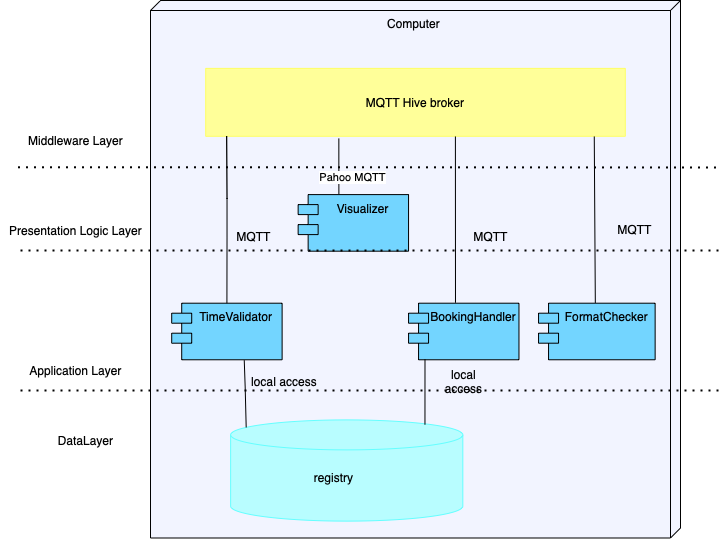
This is assets/Deployment diagram.png from adammuntasir/DIT355-Mini-Project-Distributed-Systems-Development-team-8-project, a draw.io export, as it was before one commit. Source tidied: cells renumbered, new cells last; positions are measured from the earlier drawing's top-left corner, leaving out a move shared by most shapes.
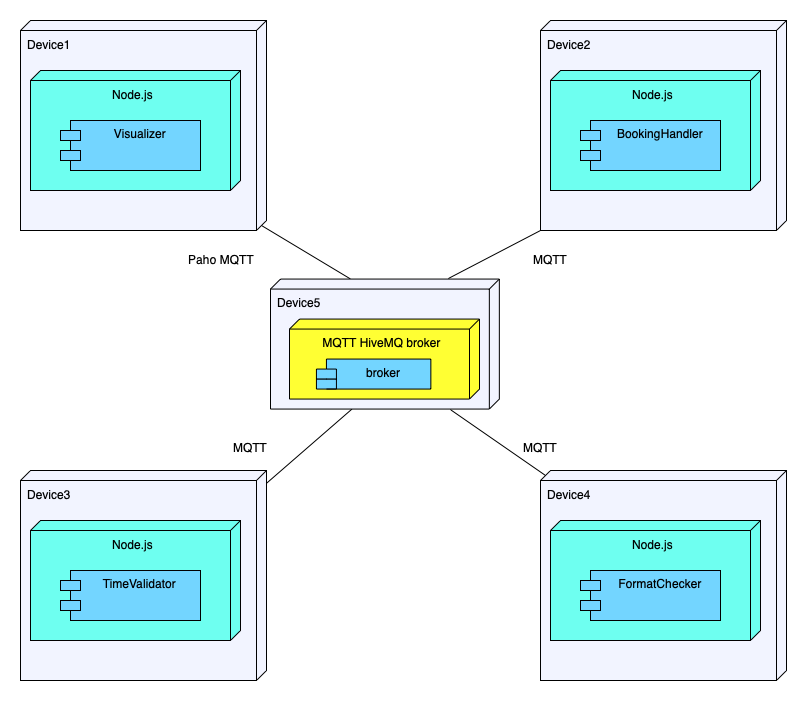
The same diagram one commit later.

Commit message:
deployment diagram updated

Change to the diagram source:
```diff
@@ -2,124 +2,84 @@
   <root>
     <mxCell id="0" />
     <mxCell id="1" parent="0" />
-    <mxCell id="2" value="&amp;nbsp; &amp;nbsp; &amp;nbsp; &amp;nbsp; &amp;nbsp; &amp;nbsp; &amp;nbsp; &amp;nbsp; &amp;nbsp; &amp;nbsp; &amp;nbsp; &amp;nbsp; &amp;nbsp; &amp;nbsp; &amp;nbsp; &amp;nbsp; &amp;nbsp; &amp;nbsp; &amp;nbsp; &amp;nbsp; &amp;nbsp; &amp;nbsp; &amp;nbsp; &amp;nbsp; &amp;nbsp; &amp;nbsp; &amp;nbsp; &amp;nbsp; &amp;nbsp; &amp;nbsp; &amp;nbsp; &amp;nbsp; &amp;nbsp; &amp;nbsp; &amp;nbsp;Computer" style="verticalAlign=top;align=left;shape=cube;size=10;direction=south;fontStyle=0;html=1;boundedLbl=1;spacingLeft=5;fillColor=#F2F4FF;" parent="1" vertex="1">
-      <mxGeometry x="150" width="530" height="537.5" as="geometry" />
-    </mxCell>
-    <mxCell id="3" value="MQTT Hive broker" style="rounded=0;whiteSpace=wrap;html=1;strokeColor=#FFFF66;fillColor=#FFFF99;" parent="2" vertex="1">
-      <mxGeometry x="55.2" y="67.9" width="419.6" height="67.9" as="geometry" />
-    </mxCell>
+    <mxCell id="29" value="Device4" style="verticalAlign=top;align=left;shape=cube;size=10;direction=south;fontStyle=0;html=1;boundedLbl=1;spacingLeft=5;fillColor=#F2F4FF;" parent="1" vertex="1">
+      <mxGeometry x="490" y="420" width="246" height="210" as="geometry" />
+    </mxCell>
+    <mxCell id="30" value="Node.js" style="verticalAlign=top;align=center;shape=cube;size=10;direction=south;html=1;boundedLbl=1;spacingLeft=5;fillColor=#6EFFF0;" parent="29" vertex="1">
+      <mxGeometry width="210" height="120" relative="1" as="geometry">
+        <mxPoint x="10" y="50" as="offset" />
+      </mxGeometry>
+    </mxCell>
+    <mxCell id="7" value="FormatChecker" style="shape=module;align=left;spacingLeft=20;align=center;verticalAlign=top;fillColor=#73D5FF;" parent="29" vertex="1">
+      <mxGeometry x="40" y="100" width="140" height="50" as="geometry" />
+    </mxCell>
+    <mxCell id="31" style="endArrow=none;html=1;rounded=0;entryX=1;entryY=1;entryDx=0;entryDy=0;entryPerimeter=0;exitX=-0.004;exitY=0.223;exitDx=0;exitDy=0;exitPerimeter=0;" parent="1" edge="1" source="37" target="44">
+      <mxGeometry relative="1" as="geometry" />
+    </mxCell>
+    <mxCell id="32" style="endArrow=none;html=1;rounded=0;exitX=0.063;exitY=0.002;exitDx=0;exitDy=0;exitPerimeter=0;entryX=0.997;entryY=0.642;entryDx=0;entryDy=0;entryPerimeter=0;" parent="1" edge="1" source="40" target="37">
+      <mxGeometry relative="1" as="geometry" />
+    </mxCell>
+    <mxCell id="33" style="endArrow=none;html=1;rounded=0;entryX=0;entryY=0.65;entryDx=0;entryDy=0;entryPerimeter=0;exitX=0;exitY=0;exitDx=205;exitDy=5;exitPerimeter=0;" parent="1" edge="1" source="42" target="37">
+      <mxGeometry relative="1" as="geometry" />
+    </mxCell>
+    <mxCell id="34" style="endArrow=none;html=1;rounded=0;entryX=0;entryY=0;entryDx=5;entryDy=241;entryPerimeter=0;exitX=1.004;exitY=0.214;exitDx=0;exitDy=0;exitPerimeter=0;" parent="1" edge="1" source="37" target="29">
+      <mxGeometry relative="1" as="geometry" />
+    </mxCell>
+    <mxCell id="35" value="Paho MQTT" style="text;html=1;strokeColor=none;fillColor=none;align=center;verticalAlign=middle;whiteSpace=wrap;rounded=0;rotation=0;" parent="1" vertex="1">
+      <mxGeometry x="136" y="190" width="70" height="38.6" as="geometry" />
+    </mxCell>
+    <mxCell id="36" value="MQTT" style="text;html=1;strokeColor=none;fillColor=none;align=center;verticalAlign=middle;whiteSpace=wrap;rounded=0;rotation=0;" parent="1" vertex="1">
+      <mxGeometry x="170" y="390" width="60" height="14" as="geometry" />
+    </mxCell>
+    <mxCell id="37" value="Device5" style="verticalAlign=top;align=left;shape=cube;size=10;direction=south;fontStyle=0;html=1;boundedLbl=1;spacingLeft=5;fillColor=#F2F4FF;" parent="1" vertex="1">
+      <mxGeometry x="220" y="228.6" width="228.8" height="130" as="geometry" />
+    </mxCell>
+    <mxCell id="38" value="MQTT HiveMQ broker" style="verticalAlign=top;align=center;shape=cube;size=10;direction=south;html=1;boundedLbl=1;spacingLeft=5;fillColor=#FFFF33;" parent="37" vertex="1">
+      <mxGeometry width="190" height="80" relative="1" as="geometry">
+        <mxPoint x="19" y="40" as="offset" />
+      </mxGeometry>
+    </mxCell>
+    <mxCell id="39" value="broker" style="shape=module;align=left;spacingLeft=20;align=center;verticalAlign=top;fillColor=#73D5FF;" parent="37" vertex="1">
+      <mxGeometry x="45.9" y="80" width="114.4" height="30" as="geometry" />
+    </mxCell>
+    <mxCell id="40" value="Device3" style="verticalAlign=top;align=left;shape=cube;size=10;direction=south;fontStyle=0;html=1;boundedLbl=1;spacingLeft=5;fillColor=#F2F4FF;" parent="1" vertex="1">
+      <mxGeometry x="-30" y="420" width="246" height="210" as="geometry" />
+    </mxCell>
+    <mxCell id="41" value="Node.js" style="verticalAlign=top;align=center;shape=cube;size=10;direction=south;html=1;boundedLbl=1;spacingLeft=5;fillColor=#6EFFF0;" parent="40" vertex="1">
+      <mxGeometry width="210" height="120" relative="1" as="geometry">
+        <mxPoint x="10" y="50" as="offset" />
+      </mxGeometry>
+    </mxCell>
+    <mxCell id="6" value="TimeValidator" style="shape=module;align=left;spacingLeft=20;align=center;verticalAlign=top;fillColor=#73D5FF;" parent="40" vertex="1">
+      <mxGeometry x="40" y="100" width="140" height="50" as="geometry" />
+    </mxCell>
+    <mxCell id="42" value="Device1" style="verticalAlign=top;align=left;shape=cube;size=10;direction=south;fontStyle=0;html=1;boundedLbl=1;spacingLeft=5;fillColor=#F2F4FF;" parent="1" vertex="1">
+      <mxGeometry x="-30" y="-30" width="246" height="210" as="geometry" />
+    </mxCell>
+    <mxCell id="43" value="Node.js" style="verticalAlign=top;align=center;shape=cube;size=10;direction=south;html=1;boundedLbl=1;spacingLeft=5;fillColor=#6EFFF0;" parent="42" vertex="1">
+      <mxGeometry width="210" height="120" relative="1" as="geometry">
+        <mxPoint x="10" y="50" as="offset" />
+      </mxGeometry>
+    </mxCell>
-    <mxCell id="4" value="Visualizer" style="shape=module;align=left;spacingLeft=20;align=center;verticalAlign=top;fillColor=#73D5FF;" parent="2" vertex="1">
-      <mxGeometry x="147.6" y="194.1" width="110.4" height="56.6" as="geometry" />
+    <mxCell id="4" value="Visualizer" style="shape=module;align=left;spacingLeft=20;align=center;verticalAlign=top;fillColor=#73D5FF;" parent="42" vertex="1">
+      <mxGeometry x="40" y="100" width="140" height="50" as="geometry" />
     </mxCell>
-    <mxCell id="5" style="endArrow=none;html=1;rounded=0;entryX=0.369;entryY=-0.01;entryDx=0;entryDy=0;entryPerimeter=0;" parent="2" edge="1" target="4">
-      <mxGeometry relative="1" as="geometry">
-        <mxPoint x="188.3" y="137.9" as="sourcePoint" />
-        <Array as="points">
-          <mxPoint x="188.3" y="166.8" />
-        </Array>
-      </mxGeometry>
-    </mxCell>
-    <mxCell id="6" value="TimeValidator" style="shape=module;align=left;spacingLeft=20;align=center;verticalAlign=top;fillColor=#73D5FF;" parent="2" vertex="1">
-      <mxGeometry x="21.2" y="302.7" width="110.4" height="56.6" as="geometry" />
-    </mxCell>
-    <mxCell id="7" value="FormatChecker" style="shape=module;align=left;spacingLeft=20;align=center;verticalAlign=top;fillColor=#73D5FF;" parent="2" vertex="1">
-      <mxGeometry x="388" y="302.7" width="116.6" height="56.6" as="geometry" />
-    </mxCell>
+    <mxCell id="44" value="Device2" style="verticalAlign=top;align=left;shape=cube;size=10;direction=south;fontStyle=0;html=1;boundedLbl=1;spacingLeft=5;fillColor=#F2F4FF;" parent="1" vertex="1">
+      <mxGeometry x="490" y="-30" width="246" height="210" as="geometry" />
+    </mxCell>
+    <mxCell id="45" value="Node.js" style="verticalAlign=top;align=center;shape=cube;size=10;direction=south;html=1;boundedLbl=1;spacingLeft=5;fillColor=#6EFFF0;" parent="44" vertex="1">
+      <mxGeometry width="210" height="120" relative="1" as="geometry">
+        <mxPoint x="10" y="50" as="offset" />
+      </mxGeometry>
+    </mxCell>
-    <mxCell id="8" value="BookingHandler" style="shape=module;align=left;spacingLeft=20;align=center;verticalAlign=top;fillColor=#73D5FF;" parent="2" vertex="1">
-      <mxGeometry x="258.1" y="302.7" width="110.4" height="56.6" as="geometry" />
+    <mxCell id="8" value="BookingHandler" style="shape=module;align=left;spacingLeft=20;align=center;verticalAlign=top;fillColor=#73D5FF;" parent="44" vertex="1">
+      <mxGeometry x="40" y="100" width="140" height="50" as="geometry" />
     </mxCell>
-    <mxCell id="9" style="endArrow=none;dashed=1;html=1;dashPattern=1 3;strokeWidth=2;rounded=0;" parent="2" edge="1">
-      <mxGeometry relative="1" as="geometry">
-        <mxPoint x="-132.5" y="166.8" as="sourcePoint" />
-        <mxPoint x="570" y="167" as="targetPoint" />
-        <Array as="points">
-          <mxPoint x="206.7" y="166.8" />
-        </Array>
-      </mxGeometry>
-    </mxCell>
-    <mxCell id="10" value="Pahoo MQTT" style="edgeLabel;html=1;align=center;verticalAlign=middle;" parent="9" vertex="1">
-      <mxGeometry x="0.13" y="-2" relative="1" as="geometry">
-        <mxPoint x="-61" y="8" as="offset" />
-      </mxGeometry>
-    </mxCell>
-    <mxCell id="11" style="endArrow=none;html=1;rounded=0;exitX=0.5;exitY=0;exitDx=0;exitDy=0;" parent="2" edge="1" source="6">
-      <mxGeometry relative="1" as="geometry">
-        <mxPoint x="76.5" y="198.3" as="targetPoint" />
-        <Array as="points">
-          <mxPoint x="76.5" y="236.8" />
-          <mxPoint x="76.5" y="198.3" />
-          <mxPoint x="76.2" y="135.8" />
-        </Array>
-      </mxGeometry>
-    </mxCell>
-    <mxCell id="12" style="endArrow=none;html=1;rounded=0;entryX=0.595;entryY=1.002;entryDx=0;entryDy=0;entryPerimeter=0;exitX=0.425;exitY=-0.007;exitDx=0;exitDy=0;exitPerimeter=0;" parent="2" edge="1" source="8" target="3">
-      <mxGeometry relative="1" as="geometry" />
-    </mxCell>
-    <mxCell id="13" style="endArrow=none;html=1;rounded=0;entryX=0.926;entryY=1.002;entryDx=0;entryDy=0;entryPerimeter=0;exitX=0.487;exitY=-0.004;exitDx=0;exitDy=0;exitPerimeter=0;" parent="2" edge="1" source="7" target="3">
-      <mxGeometry relative="1" as="geometry" />
-    </mxCell>
-    <mxCell id="14" value="MQTT" style="text;html=1;strokeColor=none;fillColor=none;align=center;verticalAlign=middle;whiteSpace=wrap;rounded=0;" parent="2" vertex="1">
-      <mxGeometry x="312.3" y="221.7" width="56.8" height="28.9" as="geometry" />
-    </mxCell>
-    <mxCell id="15" value="MQTT" style="text;html=1;strokeColor=none;fillColor=none;align=center;verticalAlign=middle;whiteSpace=wrap;rounded=0;" parent="2" vertex="1">
-      <mxGeometry x="74.8" y="221.7" width="56.8" height="28.9" as="geometry" />
-    </mxCell>
-    <mxCell id="16" value="MQTT" style="text;html=1;strokeColor=none;fillColor=none;align=center;verticalAlign=middle;whiteSpace=wrap;rounded=0;" parent="2" vertex="1">
-      <mxGeometry x="455.5" y="214.7" width="56.8" height="28.9" as="geometry" />
-    </mxCell>
-    <mxCell id="17" style="shape=cylinder3;whiteSpace=wrap;html=1;boundedLbl=1;backgroundOutline=1;size=15;strokeColor=#66FFFF;fillColor=#B8FDFF;" parent="2" vertex="1">
-      <mxGeometry x="80.1" y="419.4" width="232.2" height="101.2" as="geometry" />
-    </mxCell>
-    <mxCell id="18" value="registry" style="text;html=1;strokeColor=none;fillColor=none;align=center;verticalAlign=middle;whiteSpace=wrap;rounded=0;" parent="2" vertex="1">
-      <mxGeometry x="155.2" y="462.8" width="56.8" height="28.9" as="geometry" />
-    </mxCell>
-    <mxCell id="19" style="endArrow=none;html=1;rounded=0;entryX=0.657;entryY=1.006;entryDx=0;entryDy=0;entryPerimeter=0;exitX=0.067;exitY=0.075;exitDx=0;exitDy=0;exitPerimeter=0;" parent="2" edge="1" source="17" target="6">
-      <mxGeometry relative="1" as="geometry">
-        <Array as="points">
-          <mxPoint x="94.6" y="385.7" />
-        </Array>
-      </mxGeometry>
-    </mxCell>
-    <mxCell id="20" style="endArrow=none;html=1;rounded=0;entryX=0.149;entryY=0.989;entryDx=0;entryDy=0;entryPerimeter=0;" parent="2" edge="1" target="8">
-      <mxGeometry relative="1" as="geometry">
-        <mxPoint x="274.5" y="424.2" as="sourcePoint" />
-      </mxGeometry>
-    </mxCell>
-    <mxCell id="21" style="endArrow=none;dashed=1;html=1;dashPattern=1 3;strokeWidth=2;rounded=0;" parent="2" edge="1">
-      <mxGeometry relative="1" as="geometry">
-        <mxPoint x="-130" y="390" as="sourcePoint" />
-        <mxPoint x="572.5" y="390" as="targetPoint" />
-        <Array as="points">
-          <mxPoint x="212.9" y="390" />
-        </Array>
-      </mxGeometry>
-    </mxCell>
-    <mxCell id="22" value="local access" style="text;html=1;strokeColor=none;fillColor=none;align=center;verticalAlign=middle;whiteSpace=wrap;rounded=0;" parent="2" vertex="1">
-      <mxGeometry x="280.6" y="366.4" width="65.3" height="28.9" as="geometry" />
-    </mxCell>
-    <mxCell id="23" value="local access" style="text;html=1;strokeColor=none;fillColor=none;align=center;verticalAlign=middle;whiteSpace=wrap;rounded=0;" parent="2" vertex="1">
-      <mxGeometry x="94.6" y="366.4" width="77.6" height="28.9" as="geometry" />
-    </mxCell>
-    <mxCell id="24" value="Middleware Layer" style="text;html=1;align=center;verticalAlign=middle;strokeColor=none;fillColor=none;" parent="1" vertex="1">
-      <mxGeometry x="20" y="130" width="110" height="20" as="geometry" />
-    </mxCell>
-    <mxCell id="25" style="endArrow=none;dashed=1;html=1;dashPattern=1 3;strokeWidth=2;rounded=0;" parent="1" edge="1">
-      <mxGeometry relative="1" as="geometry">
-        <mxPoint x="20" y="250" as="sourcePoint" />
-        <mxPoint x="720" y="250" as="targetPoint" />
-        <Array as="points">
-          <mxPoint x="340" y="250" />
-        </Array>
-      </mxGeometry>
-    </mxCell>
-    <mxCell id="26" value="Presentation Logic Layer" style="text;html=1;align=center;verticalAlign=middle;strokeColor=none;fillColor=none;" parent="1" vertex="1">
-      <mxGeometry y="220" width="150" height="20" as="geometry" />
-    </mxCell>
-    <mxCell id="27" value="Application Layer" style="text;html=1;align=center;verticalAlign=middle;strokeColor=none;fillColor=none;" parent="1" vertex="1">
-      <mxGeometry x="20" y="360" width="110" height="20" as="geometry" />
-    </mxCell>
-    <mxCell id="28" value="DataLayer" style="text;html=1;align=center;verticalAlign=middle;strokeColor=none;fillColor=none;" parent="1" vertex="1">
-      <mxGeometry x="50" y="430" width="70" height="20" as="geometry" />
-    </mxCell>
+    <mxCell id="46" value="MQTT" style="text;html=1;strokeColor=none;fillColor=none;align=center;verticalAlign=middle;whiteSpace=wrap;rounded=0;rotation=0;" parent="1" vertex="1">
+      <mxGeometry x="470" y="202.3" width="60" height="14" as="geometry" />
+    </mxCell>
+    <mxCell id="47" value="MQTT" style="text;html=1;strokeColor=none;fillColor=none;align=center;verticalAlign=middle;whiteSpace=wrap;rounded=0;rotation=0;" parent="1" vertex="1">
+      <mxGeometry x="460" y="390" width="60" height="14" as="geometry" />
+    </mxCell>
   </root>
 </mxGraphModel>
```
